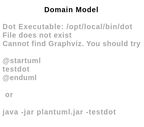
The PlantUML diagram docs/sprintC/global-artifacts/02.analysis/svg/project-domain-model.svg in Goncalves2525/real-estate-management-system, before a commit.
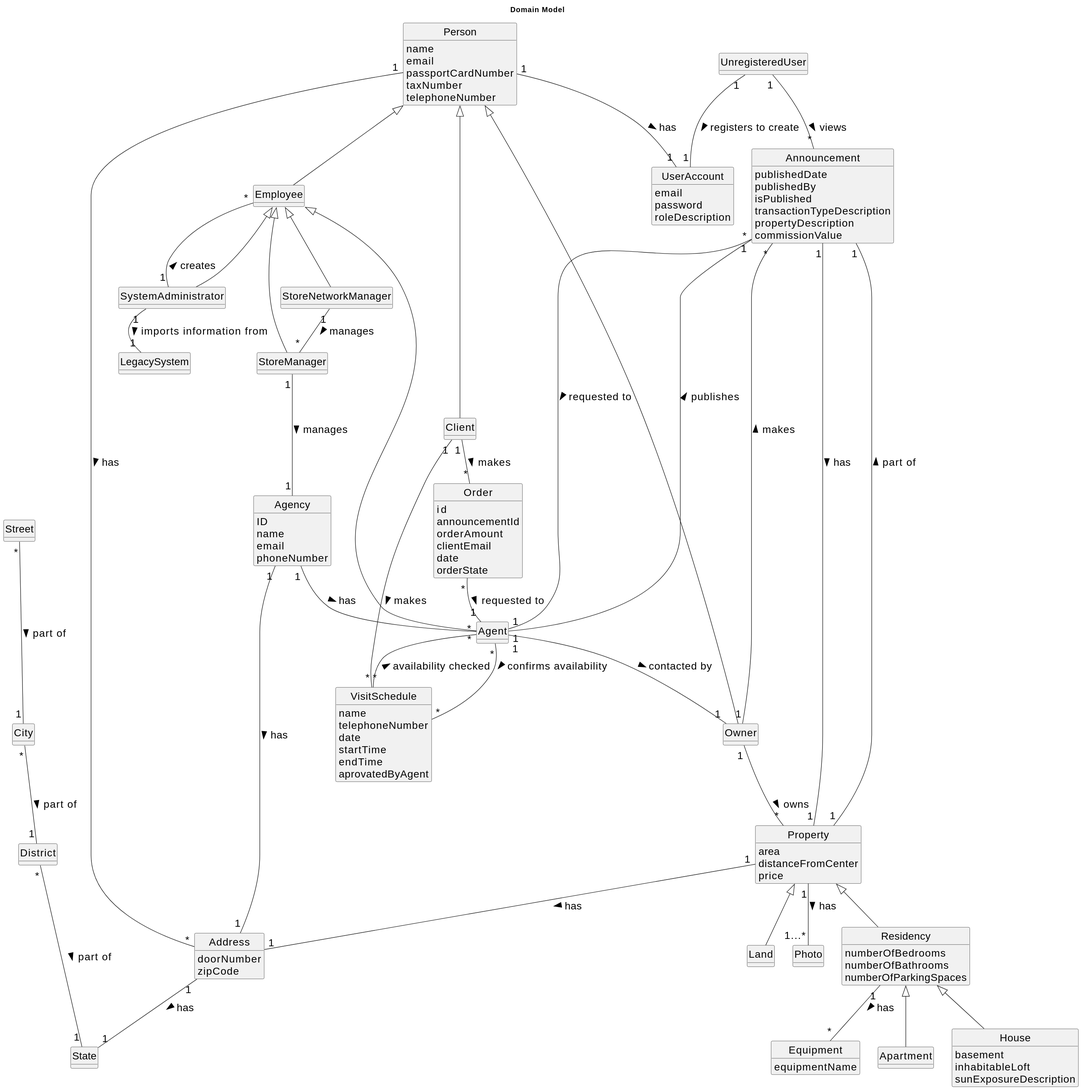
Above is the later version.

Diff of the diagram source:
```diff
@@ -22,7 +22,12 @@
 }
 
 class Order{
+    id
+    announcementId
     orderAmount
+    clientEmail
+    date
+    orderState
 }
 
 class UserAccount {
@@ -42,7 +47,7 @@
 class Agency{
     ID
     name
-    emailAddress
+    email
     phoneNumber
 }
 
@@ -125,8 +130,20 @@
 class UnregisteredUser{
 }
 
+class VisitSchedule{
+    name
+    telephoneNumber
+    date
+    startTime
+    endTime
+    aprovatedByAgent
+}
 
-UnregisteredUser "1" -- "1" UserAccount : registers to become >
+class LegacySystem{
+}
+
+
+UnregisteredUser "1" -- "1" UserAccount : registers to create >
 Agent "1" -- "1" Announcement: publishes >
 StoreNetworkManager "1" -- "*" StoreManager: manages >
 Agency "1" -- "*" Agent: has >
@@ -152,4 +169,8 @@
 Order "*" -- "1" Agent : requested to >
 Street "*" --- "1" City : part of >
 Person "1" -- "1" UserAccount: has >
+Client "1" -- "*" VisitSchedule : makes >
+VisitSchedule "*" -- "*" Agent : availability checked >
+Agent "*" -- "*" VisitSchedule : confirms availability >
+SystemAdministrator "1" -- "1" LegacySystem : imports information from >
 @enduml
```
